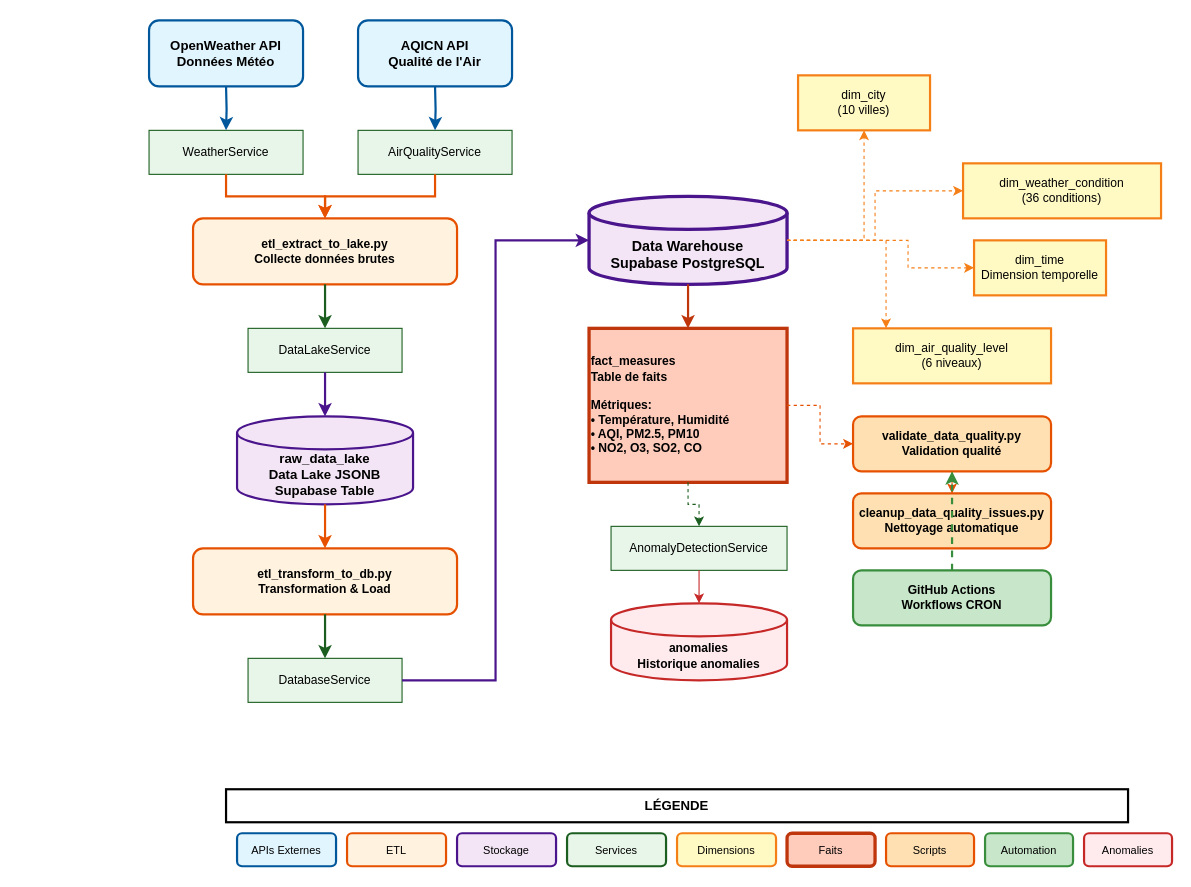
Earlier version of the draw.io diagram docs/architecture.drawio (Bastien-rab35/totalgreen-etl_2). Source tidied: cells renumbered, new cells numbered last; positions are measured from the earlier drawing's top-left corner, leaving out a move shared by most shapes. Both pictures are drawn from the tidied source at 110%, with x=0, y=0 at pixel (148, 20).
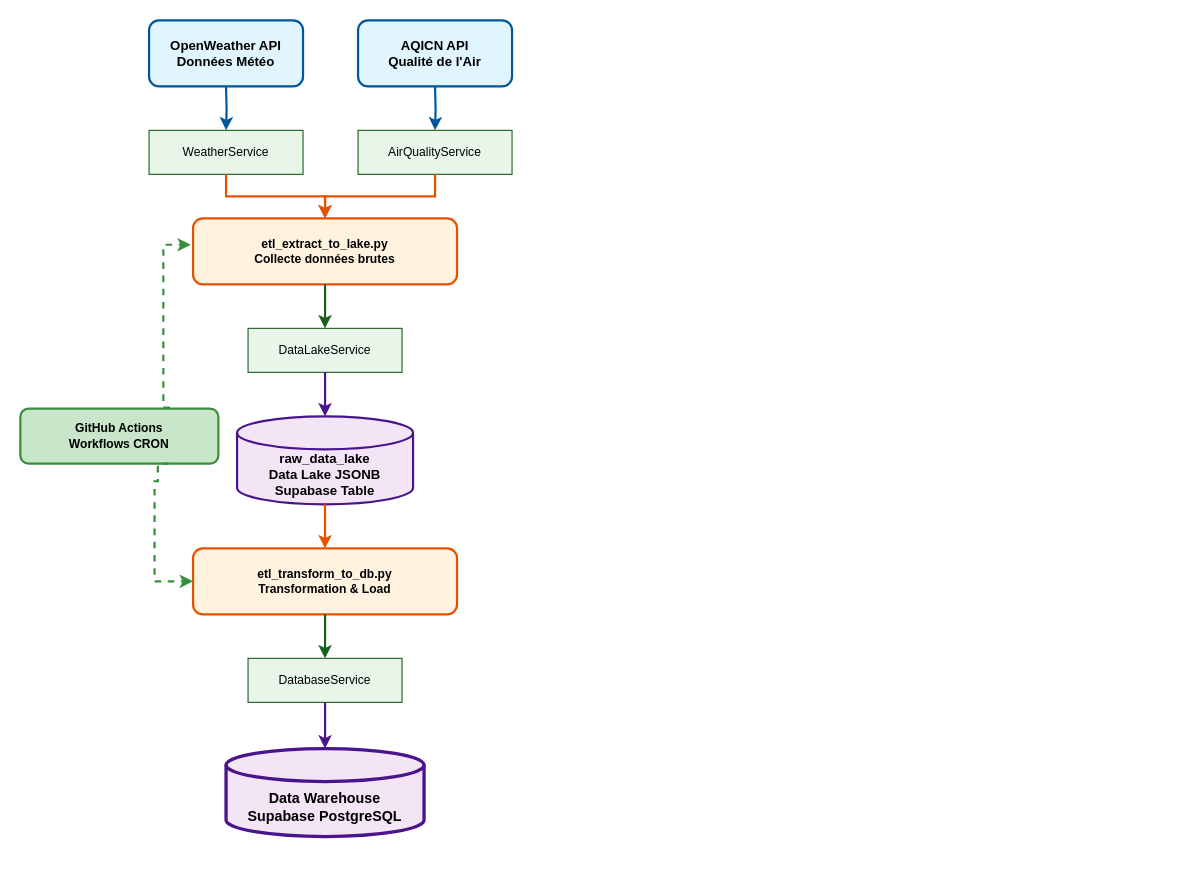
The same diagram, later.

Unchanged cells that the change refers to:
```xml
<mxCell id="9" value="etl_transform_to_db.py&#10;Transformation &amp; Load" style="rounded=1;whiteSpace=wrap;html=1;fillColor=#FFF3E0;strokeColor=#E65100;strokeWidth=2;fontSize=11;fontStyle=1;" parent="1" vertex="1">
  <mxGeometry x="40" y="480" width="240" height="60" as="geometry" />
</mxCell>
<mxCell id="10" value="DatabaseService" style="rounded=0;whiteSpace=wrap;html=1;fillColor=#E8F5E9;strokeColor=#1B5E20;fontSize=11;" parent="1" vertex="1">
  <mxGeometry x="90" y="580" width="140" height="40" as="geometry" />
</mxCell>
```

Change to the diagram source:
```diff
@@
     <mxCell id="11" value="Data Warehouse&#10;Supabase PostgreSQL" style="shape=cylinder3;whiteSpace=wrap;html=1;boundedLbl=1;backgroundOutline=1;size=15;fillColor=#F3E5F5;strokeColor=#4A148C;strokeWidth=3;fontSize=13;fontStyle=1;" parent="1" vertex="1">
-      <mxGeometry x="400" y="160" width="180" height="80" as="geometry" />
+      <mxGeometry x="70" y="662" width="180" height="80" as="geometry" />
     </mxCell>
-    <mxCell id="12" value="dim_city&#10;(10 villes)" style="rounded=0;whiteSpace=wrap;html=1;fillColor=#FFF9C4;strokeColor=#F57F17;strokeWidth=2;fontSize=11;" parent="1" vertex="1">
-      <mxGeometry x="590" y="50" width="120" height="50" as="geometry" />
-    </mxCell>
-    <mxCell id="13" value="dim_weather_condition&#10;(36 conditions)" style="rounded=0;whiteSpace=wrap;html=1;fillColor=#FFF9C4;strokeColor=#F57F17;strokeWidth=2;fontSize=11;" parent="1" vertex="1">
-      <mxGeometry x="740" y="130" width="180" height="50" as="geometry" />
-    </mxCell>
-    <mxCell id="14" value="dim_air_quality_level&#10;(6 niveaux)" style="rounded=0;whiteSpace=wrap;html=1;fillColor=#FFF9C4;strokeColor=#F57F17;strokeWidth=2;fontSize=11;" parent="1" vertex="1">
-      <mxGeometry x="640" y="280" width="180" height="50" as="geometry" />
-    </mxCell>
-    <mxCell id="15" value="dim_time&#10;Dimension temporelle" style="rounded=0;whiteSpace=wrap;html=1;fillColor=#FFF9C4;strokeColor=#F57F17;strokeWidth=2;fontSize=11;" parent="1" vertex="1">
-      <mxGeometry x="750" y="200" width="120" height="50" as="geometry" />
-    </mxCell>
-    <mxCell id="16" value="fact_measures&#10;Table de faits&#10;&#10;Métriques:&#10;• Température, Humidité&#10;• AQI, PM2.5, PM10&#10;• NO2, O3, SO2, CO" style="rounded=0;whiteSpace=wrap;html=1;fillColor=#FFCCBC;strokeColor=#BF360C;strokeWidth=3;fontSize=11;fontStyle=1;align=left;" parent="1" vertex="1">
-      <mxGeometry x="400" y="280" width="180" height="140" as="geometry" />
-    </mxCell>
-    <mxCell id="17" value="AnomalyDetectionService" style="rounded=0;whiteSpace=wrap;html=1;fillColor=#E8F5E9;strokeColor=#1B5E20;fontSize=11;" parent="1" vertex="1">
-      <mxGeometry x="420" y="460" width="160" height="40" as="geometry" />
-    </mxCell>
-    <mxCell id="18" value="validate_data_quality.py&#10;Validation qualité" style="rounded=1;whiteSpace=wrap;html=1;fillColor=#FFE0B2;strokeColor=#E65100;strokeWidth=2;fontSize=11;fontStyle=1;" parent="1" vertex="1">
-      <mxGeometry x="640" y="360" width="180" height="50" as="geometry" />
-    </mxCell>
-    <mxCell id="19" value="cleanup_data_quality_issues.py&#10;Nettoyage automatique" style="rounded=1;whiteSpace=wrap;html=1;fillColor=#FFE0B2;strokeColor=#E65100;strokeWidth=2;fontSize=11;fontStyle=1;" parent="1" vertex="1">
-      <mxGeometry x="640" y="430" width="180" height="50" as="geometry" />
-    </mxCell>
-    <mxCell id="20" value="GitHub Actions&#10;Workflows CRON" style="rounded=1;whiteSpace=wrap;html=1;fillColor=#C8E6C9;strokeColor=#388E3C;strokeWidth=2;fontSize=11;fontStyle=1;" parent="1" vertex="1">
-      <mxGeometry x="640" y="500" width="180" height="50" as="geometry" />
-    </mxCell>
-    <mxCell id="21" value="anomalies&#10;Historique anomalies" style="shape=cylinder3;whiteSpace=wrap;html=1;boundedLbl=1;backgroundOutline=1;size=15;fillColor=#FFEBEE;strokeColor=#C62828;strokeWidth=2;fontSize=11;fontStyle=1;" parent="1" vertex="1">
-      <mxGeometry x="420" y="530" width="160" height="70" as="geometry" />
-    </mxCell>
-    <mxCell id="22" style="edgeStyle=orthogonalEdgeStyle;rounded=0;jettySize=auto;html=1;strokeWidth=1;strokeColor=#E65100;dashed=1;" parent="1" edge="1" source="16" target="18">
-      <mxGeometry relative="1" as="geometry" />
-    </mxCell>
-    <mxCell id="23" style="edgeStyle=orthogonalEdgeStyle;rounded=0;jettySize=auto;html=1;strokeWidth=1;strokeColor=#E65100;" parent="1" edge="1" source="18" target="19">
-      <mxGeometry relative="1" as="geometry" />
-    </mxCell>
-    <mxCell id="24" style="edgeStyle=orthogonalEdgeStyle;rounded=0;jettySize=auto;html=1;strokeWidth=2;strokeColor=#388E3C;dashed=1;" parent="1" edge="1" source="20" target="18">
-      <mxGeometry relative="1" as="geometry" />
-    </mxCell>
-    <mxCell id="25" style="edgeStyle=orthogonalEdgeStyle;rounded=0;jettySize=auto;html=1;strokeWidth=1;strokeColor=#C62828;" parent="1" edge="1" source="17" target="21">
-      <mxGeometry relative="1" as="geometry" />
-    </mxCell>
@@
-    <mxCell id="34" style="edgeStyle=orthogonalEdgeStyle;rounded=0;jettySize=auto;html=1;strokeWidth=2;strokeColor=#4A148C;entryX=0;entryY=0.5;entryDx=0;entryDy=0;entryPerimeter=0;" parent="1" edge="1" source="10" target="11">
+    <mxCell id="34" style="edgeStyle=orthogonalEdgeStyle;rounded=0;jettySize=auto;html=1;strokeWidth=2;strokeColor=#4A148C;entryX=0.5;entryY=0;entryDx=0;entryDy=0;entryPerimeter=0;" parent="1" edge="1" source="10" target="11">
       <mxGeometry relative="1" as="geometry" />
     </mxCell>
-    <mxCell id="35" style="edgeStyle=orthogonalEdgeStyle;rounded=0;jettySize=auto;html=1;strokeWidth=1;strokeColor=#F57F17;dashed=1;" parent="1" edge="1" source="11" target="12">
-      <mxGeometry relative="1" as="geometry" />
-    </mxCell>
-    <mxCell id="36" style="edgeStyle=orthogonalEdgeStyle;rounded=0;jettySize=auto;html=1;strokeWidth=1;strokeColor=#F57F17;dashed=1;" parent="1" edge="1" source="11" target="13">
-      <mxGeometry relative="1" as="geometry" />
-    </mxCell>
-    <mxCell id="37" style="edgeStyle=orthogonalEdgeStyle;rounded=0;jettySize=auto;html=1;strokeWidth=1;strokeColor=#F57F17;dashed=1;" parent="1" edge="1" source="11" target="14">
-      <mxGeometry relative="1" as="geometry">
-        <Array as="points">
-          <mxPoint x="670" y="200" />
-        </Array>
-      </mxGeometry>
-    </mxCell>
-    <mxCell id="38" style="edgeStyle=orthogonalEdgeStyle;rounded=0;jettySize=auto;html=1;strokeWidth=1;strokeColor=#F57F17;dashed=1;" parent="1" edge="1" source="11" target="15">
-      <mxGeometry relative="1" as="geometry">
-        <Array as="points">
-          <mxPoint x="690" y="200" />
-          <mxPoint x="690" y="225" />
-        </Array>
-      </mxGeometry>
-    </mxCell>
-    <mxCell id="39" style="edgeStyle=orthogonalEdgeStyle;rounded=0;jettySize=auto;html=1;strokeWidth=2;strokeColor=#BF360C;" parent="1" edge="1" source="11" target="16">
-      <mxGeometry relative="1" as="geometry" />
-    </mxCell>
-    <mxCell id="40" style="edgeStyle=orthogonalEdgeStyle;rounded=0;jettySize=auto;html=1;strokeWidth=1;strokeColor=#1B5E20;dashed=1;" parent="1" edge="1" source="16" target="17">
-      <mxGeometry relative="1" as="geometry" />
-    </mxCell>
-    <mxCell id="41" value="LÉGENDE" style="rounded=0;whiteSpace=wrap;html=1;fillColor=#FFFFFF;strokeColor=#000000;strokeWidth=2;fontSize=12;fontStyle=1;align=center;" parent="1" vertex="1">
-      <mxGeometry x="70" y="699" width="820" height="30" as="geometry" />
-    </mxCell>
-    <mxCell id="42" value="APIs Externes" style="rounded=1;whiteSpace=wrap;html=1;fillColor=#E1F5FF;strokeColor=#01579B;strokeWidth=2;fontSize=10;" parent="1" vertex="1">
-      <mxGeometry x="80" y="739" width="90" height="30" as="geometry" />
-    </mxCell>
-    <mxCell id="43" value="ETL" style="rounded=1;whiteSpace=wrap;html=1;fillColor=#FFF3E0;strokeColor=#E65100;strokeWidth=2;fontSize=10;" parent="1" vertex="1">
-      <mxGeometry x="180" y="739" width="90" height="30" as="geometry" />
-    </mxCell>
-    <mxCell id="44" value="Stockage" style="rounded=1;whiteSpace=wrap;html=1;fillColor=#F3E5F5;strokeColor=#4A148C;strokeWidth=2;fontSize=10;" parent="1" vertex="1">
-      <mxGeometry x="280" y="739" width="90" height="30" as="geometry" />
-    </mxCell>
-    <mxCell id="45" value="Services" style="rounded=1;whiteSpace=wrap;html=1;fillColor=#E8F5E9;strokeColor=#1B5E20;strokeWidth=2;fontSize=10;" parent="1" vertex="1">
-      <mxGeometry x="380" y="739" width="90" height="30" as="geometry" />
-    </mxCell>
-    <mxCell id="46" value="Dimensions" style="rounded=1;whiteSpace=wrap;html=1;fillColor=#FFF9C4;strokeColor=#F57F17;strokeWidth=2;fontSize=10;" parent="1" vertex="1">
-      <mxGeometry x="480" y="739" width="90" height="30" as="geometry" />
-    </mxCell>
-    <mxCell id="47" value="Faits" style="rounded=1;whiteSpace=wrap;html=1;fillColor=#FFCCBC;strokeColor=#BF360C;strokeWidth=3;fontSize=10;" parent="1" vertex="1">
-      <mxGeometry x="580" y="739" width="80" height="30" as="geometry" />
-    </mxCell>
-    <mxCell id="48" value="Scripts" style="rounded=1;whiteSpace=wrap;html=1;fillColor=#FFE0B2;strokeColor=#E65100;strokeWidth=2;fontSize=10;" parent="1" vertex="1">
-      <mxGeometry x="670" y="739" width="80" height="30" as="geometry" />
-    </mxCell>
-    <mxCell id="49" value="Automation" style="rounded=1;whiteSpace=wrap;html=1;fillColor=#C8E6C9;strokeColor=#388E3C;strokeWidth=2;fontSize=10;" parent="1" vertex="1">
-      <mxGeometry x="760" y="739" width="80" height="30" as="geometry" />
-    </mxCell>
-    <mxCell id="50" value="Anomalies" style="rounded=1;whiteSpace=wrap;html=1;fillColor=#FFEBEE;strokeColor=#C62828;strokeWidth=2;fontSize=10;" parent="1" vertex="1">
-      <mxGeometry x="850" y="739" width="80" height="30" as="geometry" />
-    </mxCell>
+    <mxCell id="20" value="GitHub Actions&#10;Workflows CRON" style="rounded=1;whiteSpace=wrap;html=1;fillColor=#C8E6C9;strokeColor=#388E3C;strokeWidth=2;fontSize=11;fontStyle=1;" parent="1" vertex="1">
+      <mxGeometry x="-117" y="353" width="180" height="50" as="geometry" />
+    </mxCell>
+    <mxCell id="51" style="edgeStyle=orthogonalEdgeStyle;rounded=0;jettySize=auto;html=1;strokeWidth=2;strokeColor=#388E3C;dashed=1;exitX=0.75;exitY=0;exitDx=0;exitDy=0;" parent="1" edge="1" source="20">
+      <mxGeometry relative="1" as="geometry">
+        <mxPoint x="38" y="204" as="targetPoint" />
+        <Array as="points">
+          <mxPoint x="18" y="352" />
+          <mxPoint x="13" y="352" />
+          <mxPoint x="13" y="204" />
+        </Array>
+      </mxGeometry>
+    </mxCell>
+    <mxCell id="52" style="edgeStyle=orthogonalEdgeStyle;rounded=0;jettySize=auto;html=1;strokeWidth=2;strokeColor=#388E3C;exitX=0.75;exitY=1;exitDx=0;exitDy=0;entryX=0;entryY=0.5;entryDx=0;entryDy=0;dashed=1;" parent="1" edge="1" source="20" target="9">
+      <mxGeometry relative="1" as="geometry">
+        <Array as="points">
+          <mxPoint x="8" y="403" />
+          <mxPoint x="8" y="419" />
+          <mxPoint x="5" y="419" />
+          <mxPoint x="5" y="510" />
+        </Array>
+      </mxGeometry>
+    </mxCell>
```
